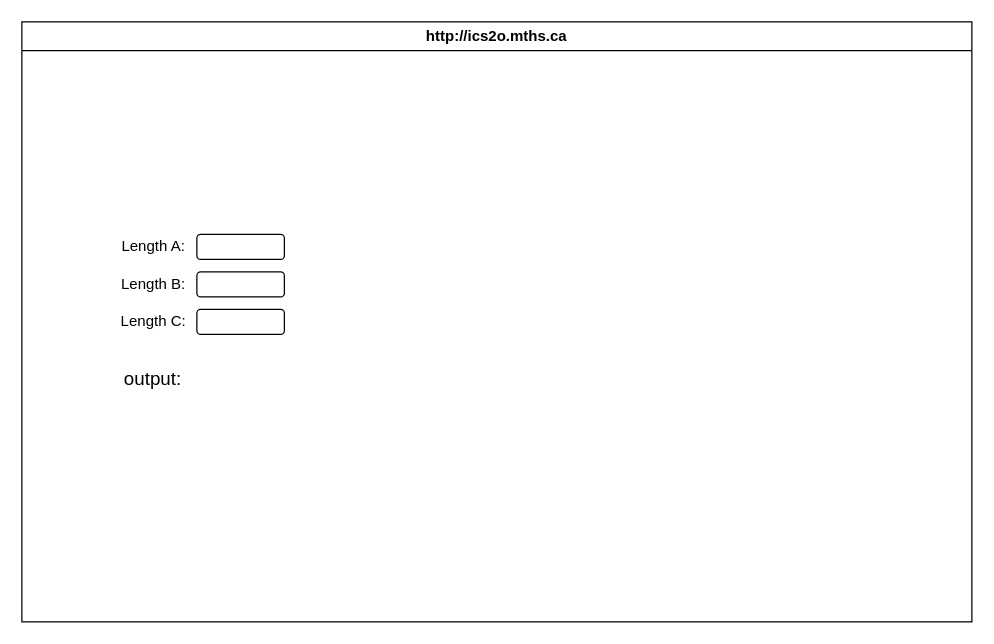
Earlier version of the draw.io diagram design/storyboard.drawio (MTHS-ICS2O-2-2022/ics2o---unit-5-05-Armatys22). Source tidied: cells renumbered, new cells numbered last; positions are measured from the earlier drawing's top-left corner, leaving out a move shared by most shapes. Both pictures are drawn from the tidied source at 125%, with x=0, y=0 at pixel (21, 21).
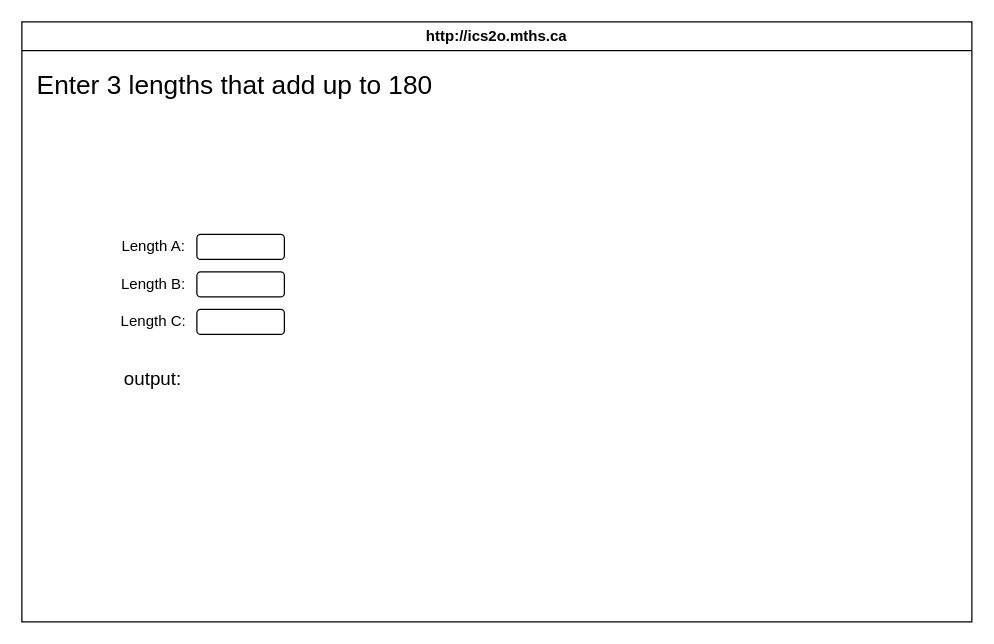
After the change.

The edit, as a diff of the source:
```diff
@@
 <mxGraphModel>
   <root>
     <mxCell id="0" />
     <mxCell id="1" parent="0" />
     <mxCell id="2" value="http://ics2o.mths.ca" style="swimlane;whiteSpace=wrap;html=1;" parent="1" vertex="1">
       <mxGeometry width="760" height="480" as="geometry" />
     </mxCell>
+    <mxCell id="10" value="&lt;font style=&quot;font-size: 21px;&quot;&gt;Enter 3 lengths that add up to 180&lt;/font&gt;" style="text;html=1;align=center;verticalAlign=middle;strokeColor=none;fillColor=none;" parent="2" vertex="1">
+      <mxGeometry y="30" width="340" height="40" as="geometry" />
+    </mxCell>
     <mxCell id="3" style="rounded=1;whiteSpace=wrap;html=1;" parent="1" vertex="1">
       <mxGeometry x="140" y="170" width="70" height="20" as="geometry" />
     </mxCell>
     <mxCell id="4" style="rounded=1;whiteSpace=wrap;html=1;" parent="1" vertex="1">
       <mxGeometry x="140" y="230" width="70" height="20" as="geometry" />
     </mxCell>
     <mxCell id="5" style="rounded=1;whiteSpace=wrap;html=1;" parent="1" vertex="1">
       <mxGeometry x="140" y="200" width="70" height="20" as="geometry" />
     </mxCell>
     <mxCell id="6" value="Length A:" style="text;html=1;align=center;verticalAlign=middle;strokeColor=none;fillColor=none;" parent="1" vertex="1">
       <mxGeometry x="70" y="165" width="70" height="30" as="geometry" />
     </mxCell>
     <mxCell id="7" value="Length C:" style="text;html=1;align=center;verticalAlign=middle;strokeColor=none;fillColor=none;" parent="1" vertex="1">
       <mxGeometry x="65" y="225" width="80" height="30" as="geometry" />
     </mxCell>
     <mxCell id="8" value="Length B:" style="text;html=1;align=center;verticalAlign=middle;strokeColor=none;fillColor=none;" parent="1" vertex="1">
       <mxGeometry x="65" y="195" width="80" height="30" as="geometry" />
     </mxCell>
     <mxCell id="9" value="output:" style="text;html=1;strokeColor=none;fillColor=none;align=center;verticalAlign=middle;whiteSpace=wrap;rounded=0;fontSize=15;" parent="1" vertex="1">
       <mxGeometry x="75" y="270" width="60" height="30" as="geometry" />
     </mxCell>
   </root>
 </mxGraphModel>
```
